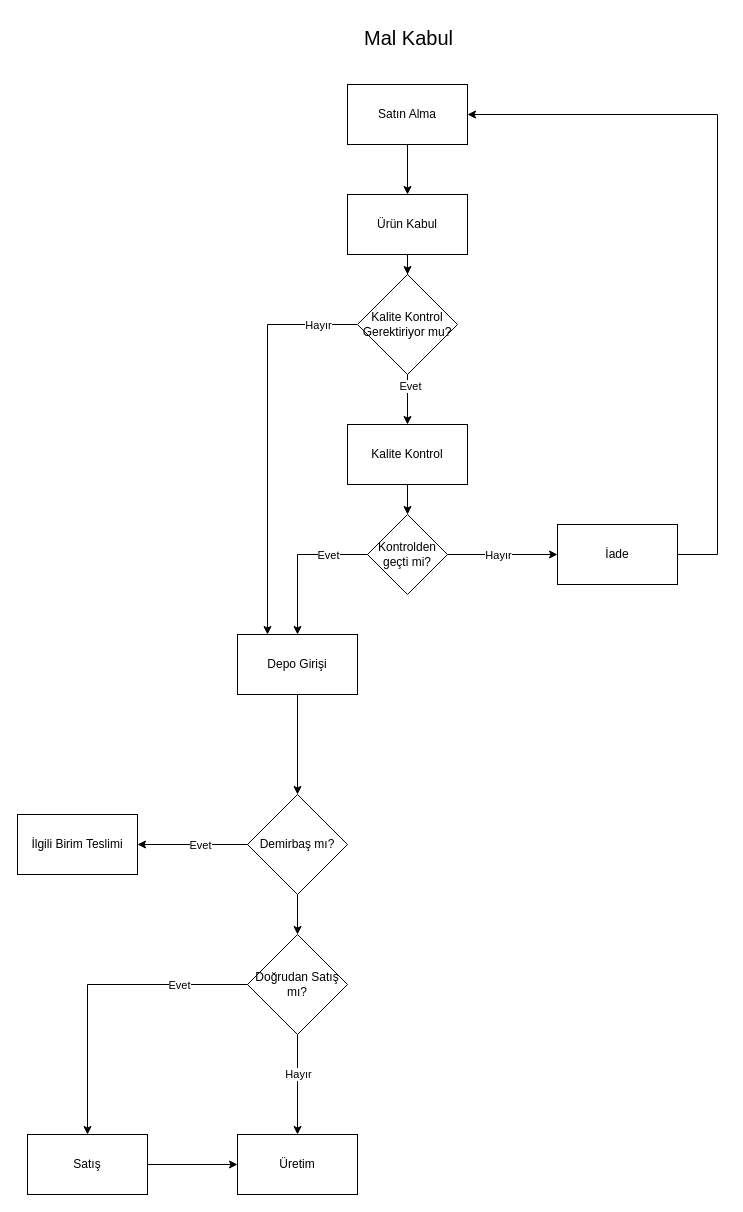
Above: xmls/Stok ve Depo Akışı.drawio in ahmetnihat/diagrams (draw.io), before the change. Source tidied: cells renumbered, new cells numbered last; positions are measured from the earlier drawing's top-left corner, leaving out a move shared by most shapes. Both pictures are drawn from the tidied source at 100%, with x=0, y=0 at pixel (17, 17).
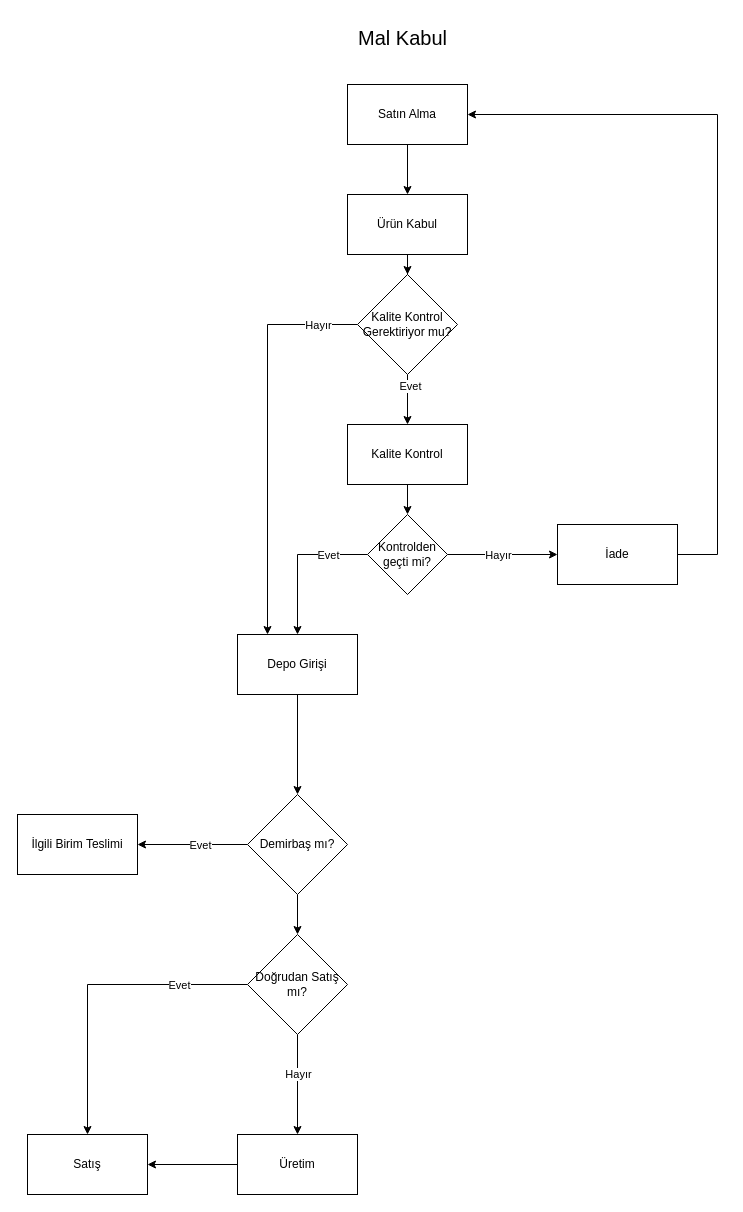
The same page after the edit.

Unchanged cells that the change refers to:
```xml
<mxCell id="14" value="Üretim" style="whiteSpace=wrap;html=1;rounded=0;" parent="1" vertex="1">
  <mxGeometry x="220" y="1117" width="120" height="60" as="geometry" />
</mxCell>
<mxCell id="18" value="Satış" style="whiteSpace=wrap;html=1;rounded=0;" parent="1" vertex="1">
  <mxGeometry x="10" y="1117" width="120" height="60" as="geometry" />
</mxCell>
```

What changed in the source:
```diff
@@
+    <mxCell id="36" style="edgeStyle=orthogonalEdgeStyle;rounded=0;jettySize=auto;html=1;" parent="1" edge="1" source="14" target="18">
+      <mxGeometry relative="1" as="geometry" />
+    </mxCell>
@@
-    <mxCell id="17" style="edgeStyle=orthogonalEdgeStyle;rounded=0;jettySize=auto;html=1;" parent="1" edge="1" source="18" target="14">
-      <mxGeometry relative="1" as="geometry" />
-    </mxCell>
@@
     <mxCell id="35" value="Mal Kabul" style="text;html=1;align=center;verticalAlign=middle;strokeColor=none;fillColor=none;fontSize=20;" parent="1" vertex="1">
-      <mxGeometry x="336" width="110" height="40" as="geometry" />
+      <mxGeometry x="330" width="110" height="40" as="geometry" />
     </mxCell>
```
